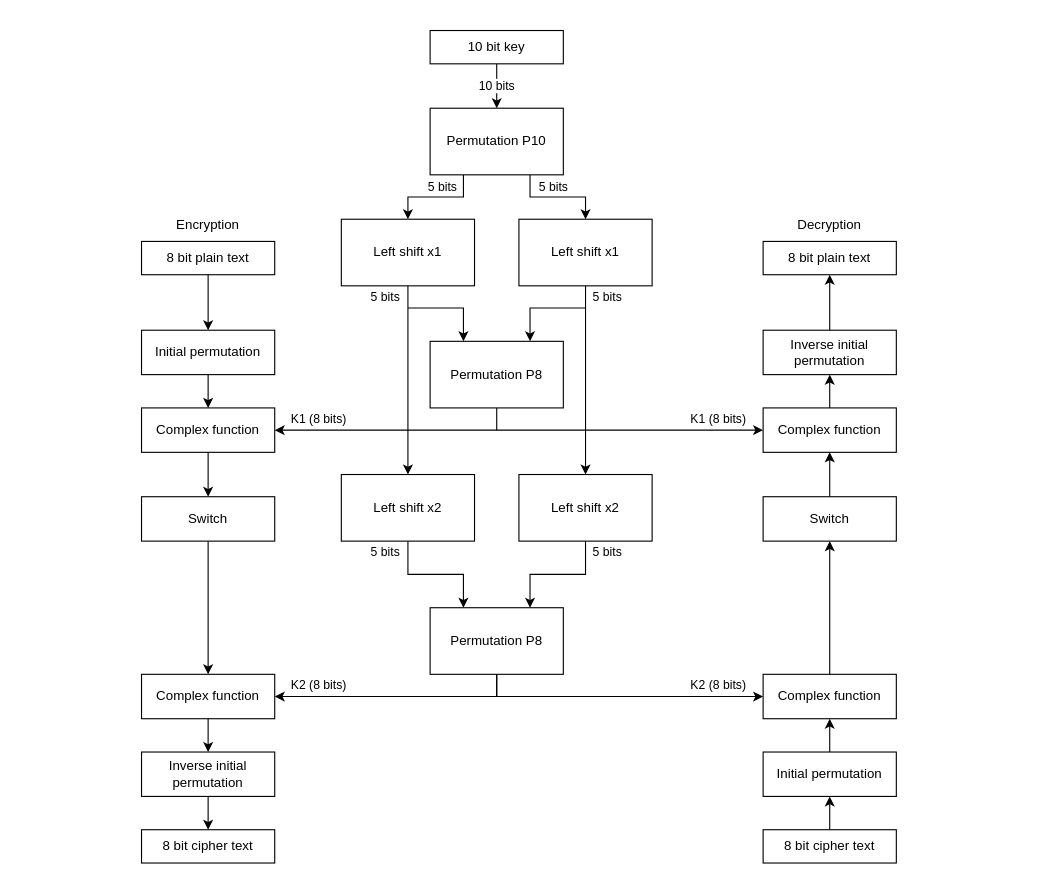
Before: public/img/simpleDesPage/drawio/simpleDes_en.drawio in hejzlzd1/EducrypterUHK, a draw.io diagram. Source tidied: cells renumbered, new cells numbered last; positions are measured from the earlier drawing's top-left corner, leaving out a move shared by most shapes. Both pictures are drawn from the tidied source at 111%, with x=0, y=0 at pixel (141, 30).
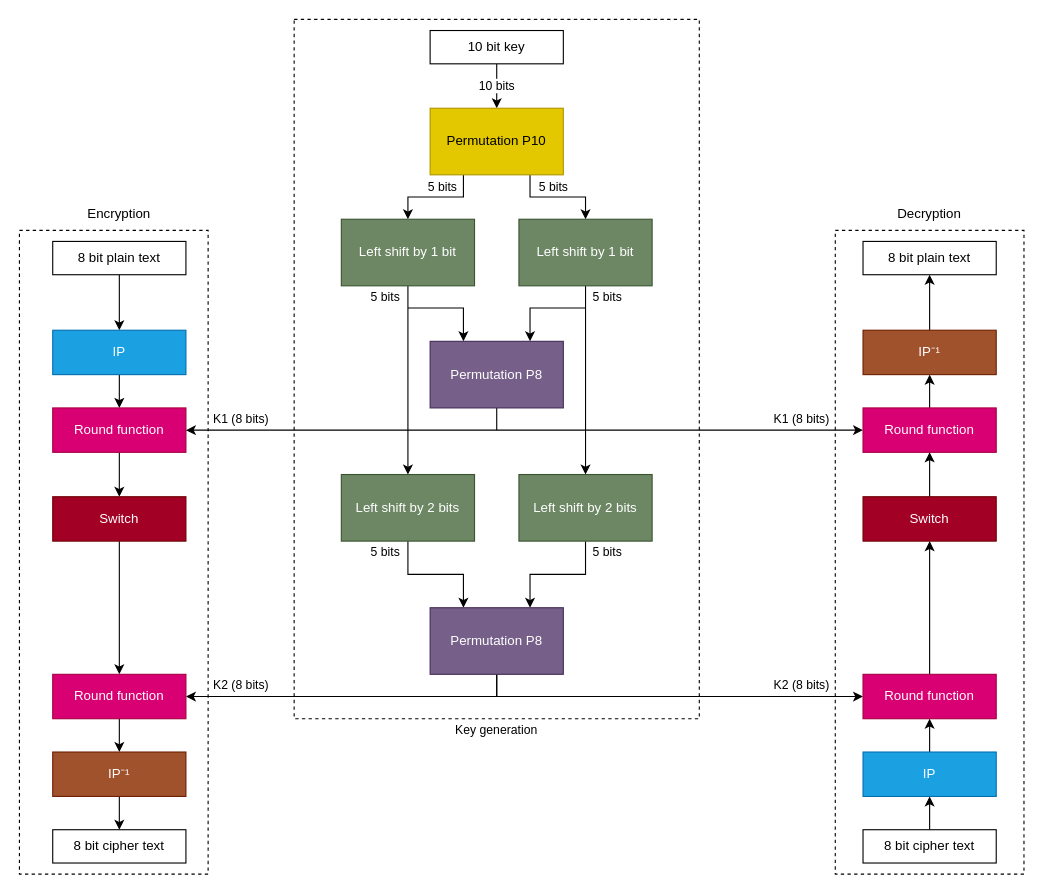
The same diagram, later.

Diff of the diagram source:
```diff
@@
+    <mxCell id="61" style="rounded=0;whiteSpace=wrap;html=1;fillColor=none;dashed=1;" parent="1" vertex="1">
+      <mxGeometry x="-110" y="180" width="170" height="580" as="geometry" />
+    </mxCell>
+    <mxCell id="62" style="rounded=0;whiteSpace=wrap;html=1;fillColor=none;dashed=1;" parent="1" vertex="1">
+      <mxGeometry x="625" y="180" width="170" height="580" as="geometry" />
+    </mxCell>
+    <mxCell id="63" style="rounded=0;whiteSpace=wrap;html=1;fillColor=none;dashed=1;" parent="1" vertex="1">
+      <mxGeometry x="137.5" y="-10" width="365" height="630" as="geometry" />
+    </mxCell>
@@
     <mxCell id="3" value="8 bit plain text" style="rounded=0;whiteSpace=wrap;html=1;" parent="1" vertex="1">
-      <mxGeometry y="190" width="120" height="30" as="geometry" />
+      <mxGeometry x="-80" y="190" width="120" height="30" as="geometry" />
     </mxCell>
@@
-    <mxCell id="5" value="Initial permutation" style="rounded=0;whiteSpace=wrap;html=1;" parent="1" vertex="1">
-      <mxGeometry y="270" width="120" height="40" as="geometry" />
+    <mxCell id="5" value="IP" style="rounded=0;whiteSpace=wrap;html=1;fillColor=#1ba1e2;fontColor=#ffffff;strokeColor=#006EAF;" parent="1" vertex="1">
+      <mxGeometry x="-80" y="270" width="120" height="40" as="geometry" />
     </mxCell>
@@
-    <mxCell id="7" value="Complex function" style="rounded=0;whiteSpace=wrap;html=1;" parent="1" vertex="1">
-      <mxGeometry y="340" width="120" height="40" as="geometry" />
+    <mxCell id="7" value="Round function" style="rounded=0;whiteSpace=wrap;html=1;fillColor=#d80073;fontColor=#ffffff;strokeColor=#A50040;" parent="1" vertex="1">
+      <mxGeometry x="-80" y="340" width="120" height="40" as="geometry" />
     </mxCell>
@@
-    <mxCell id="13" value="Permutation P10" style="rounded=0;whiteSpace=wrap;html=1;" parent="1" vertex="1">
+    <mxCell id="13" value="Permutation P10" style="rounded=0;whiteSpace=wrap;html=1;fillColor=#e3c800;fontColor=#000000;strokeColor=#B09500;" parent="1" vertex="1">
       <mxGeometry x="260" y="70" width="120" height="60" as="geometry" />
     </mxCell>
@@
-    <mxCell id="15" value="Left shift x1" style="rounded=0;whiteSpace=wrap;html=1;" parent="1" vertex="1">
+    <mxCell id="15" value="Left shift by 1 bit" style="rounded=0;whiteSpace=wrap;html=1;fillColor=#6d8764;fontColor=#ffffff;strokeColor=#3A5431;" parent="1" vertex="1">
       <mxGeometry x="180" y="170" width="120" height="60" as="geometry" />
     </mxCell>
@@
-    <mxCell id="17" value="Left shift x1" style="rounded=0;whiteSpace=wrap;html=1;" parent="1" vertex="1">
+    <mxCell id="17" value="Left shift by 1 bit" style="rounded=0;whiteSpace=wrap;html=1;fillColor=#6d8764;fontColor=#ffffff;strokeColor=#3A5431;" parent="1" vertex="1">
       <mxGeometry x="340" y="170" width="120" height="60" as="geometry" />
     </mxCell>
@@
-    <mxCell id="19" value="Permutation P8" style="rounded=0;whiteSpace=wrap;html=1;" parent="1" vertex="1">
+    <mxCell id="19" value="Permutation P8" style="rounded=0;whiteSpace=wrap;html=1;fillColor=#76608a;fontColor=#ffffff;strokeColor=#432D57;" parent="1" vertex="1">
       <mxGeometry x="260" y="280" width="120" height="60" as="geometry" />
     </mxCell>
@@
-    <mxCell id="21" value="Left shift x2" style="rounded=0;whiteSpace=wrap;html=1;" parent="1" vertex="1">
+    <mxCell id="21" value="Left shift by 2 bits" style="rounded=0;whiteSpace=wrap;html=1;fillColor=#6d8764;fontColor=#ffffff;strokeColor=#3A5431;" parent="1" vertex="1">
       <mxGeometry x="180" y="400" width="120" height="60" as="geometry" />
     </mxCell>
@@
-    <mxCell id="23" value="Left shift x2" style="rounded=0;whiteSpace=wrap;html=1;" parent="1" vertex="1">
+    <mxCell id="23" value="Left shift by 2 bits" style="rounded=0;whiteSpace=wrap;html=1;fillColor=#6d8764;fontColor=#ffffff;strokeColor=#3A5431;" parent="1" vertex="1">
       <mxGeometry x="340" y="400" width="120" height="60" as="geometry" />
     </mxCell>
@@
-    <mxCell id="26" value="Permutation P8" style="rounded=0;whiteSpace=wrap;html=1;" parent="1" vertex="1">
+    <mxCell id="26" value="Permutation P8" style="rounded=0;whiteSpace=wrap;html=1;fillColor=#76608a;fontColor=#ffffff;strokeColor=#432D57;" parent="1" vertex="1">
       <mxGeometry x="260" y="520" width="120" height="60" as="geometry" />
     </mxCell>
@@
-    <mxCell id="28" value="Switch" style="rounded=0;whiteSpace=wrap;html=1;" parent="1" vertex="1">
-      <mxGeometry y="420" width="120" height="40" as="geometry" />
+    <mxCell id="28" value="Switch" style="rounded=0;whiteSpace=wrap;html=1;fillColor=#a20025;fontColor=#ffffff;strokeColor=#6F0000;" parent="1" vertex="1">
+      <mxGeometry x="-80" y="420" width="120" height="40" as="geometry" />
     </mxCell>
@@
-    <mxCell id="30" value="Complex function" style="rounded=0;whiteSpace=wrap;html=1;" parent="1" vertex="1">
-      <mxGeometry y="580" width="120" height="40" as="geometry" />
+    <mxCell id="30" value="Round function" style="rounded=0;whiteSpace=wrap;html=1;fillColor=#d80073;fontColor=#ffffff;strokeColor=#A50040;" parent="1" vertex="1">
+      <mxGeometry x="-80" y="580" width="120" height="40" as="geometry" />
     </mxCell>
@@
-    <mxCell id="32" value="Inverse initial permutation" style="rounded=0;whiteSpace=wrap;html=1;" parent="1" vertex="1">
-      <mxGeometry y="650" width="120" height="40" as="geometry" />
+    <mxCell id="32" value="IP⁻¹" style="rounded=0;whiteSpace=wrap;html=1;fillColor=#a0522d;fontColor=#ffffff;strokeColor=#6D1F00;" parent="1" vertex="1">
+      <mxGeometry x="-80" y="650" width="120" height="40" as="geometry" />
     </mxCell>
     <mxCell id="33" value="8 bit cipher text" style="rounded=0;whiteSpace=wrap;html=1;" parent="1" vertex="1">
-      <mxGeometry y="720" width="120" height="30" as="geometry" />
+      <mxGeometry x="-80" y="720" width="120" height="30" as="geometry" />
     </mxCell>
@@
     <mxCell id="38" value="8 bit plain text" style="rounded=0;whiteSpace=wrap;html=1;" parent="1" vertex="1">
-      <mxGeometry x="560" y="190" width="120" height="30" as="geometry" />
+      <mxGeometry x="650" y="190" width="120" height="30" as="geometry" />
     </mxCell>
@@
-    <mxCell id="40" value="Inverse initial permutation" style="rounded=0;whiteSpace=wrap;html=1;" parent="1" vertex="1">
-      <mxGeometry x="560" y="270" width="120" height="40" as="geometry" />
+    <mxCell id="40" value="IP⁻¹" style="rounded=0;whiteSpace=wrap;html=1;fillColor=#a0522d;fontColor=#ffffff;strokeColor=#6D1F00;" parent="1" vertex="1">
+      <mxGeometry x="650" y="270" width="120" height="40" as="geometry" />
     </mxCell>
@@
-    <mxCell id="42" value="Complex function" style="rounded=0;whiteSpace=wrap;html=1;" parent="1" vertex="1">
-      <mxGeometry x="560" y="340" width="120" height="40" as="geometry" />
+    <mxCell id="42" value="Round function" style="rounded=0;whiteSpace=wrap;html=1;fillColor=#d80073;fontColor=#ffffff;strokeColor=#A50040;" parent="1" vertex="1">
+      <mxGeometry x="650" y="340" width="120" height="40" as="geometry" />
     </mxCell>
@@
-    <mxCell id="44" value="Switch" style="rounded=0;whiteSpace=wrap;html=1;" parent="1" vertex="1">
-      <mxGeometry x="560" y="420" width="120" height="40" as="geometry" />
+    <mxCell id="44" value="Switch" style="rounded=0;whiteSpace=wrap;html=1;fillColor=#a20025;fontColor=#ffffff;strokeColor=#6F0000;" parent="1" vertex="1">
+      <mxGeometry x="650" y="420" width="120" height="40" as="geometry" />
     </mxCell>
@@
-    <mxCell id="46" value="Complex function" style="rounded=0;whiteSpace=wrap;html=1;" parent="1" vertex="1">
-      <mxGeometry x="560" y="580" width="120" height="40" as="geometry" />
+    <mxCell id="46" value="Round function" style="rounded=0;whiteSpace=wrap;html=1;fillColor=#d80073;fontColor=#ffffff;strokeColor=#A50040;" parent="1" vertex="1">
+      <mxGeometry x="650" y="580" width="120" height="40" as="geometry" />
     </mxCell>
@@
-    <mxCell id="48" value="Initial permutation" style="rounded=0;whiteSpace=wrap;html=1;" parent="1" vertex="1">
-      <mxGeometry x="560" y="650" width="120" height="40" as="geometry" />
+    <mxCell id="48" value="IP" style="rounded=0;whiteSpace=wrap;html=1;fillColor=#1ba1e2;fontColor=#ffffff;strokeColor=#006EAF;" parent="1" vertex="1">
+      <mxGeometry x="650" y="650" width="120" height="40" as="geometry" />
     </mxCell>
@@
     <mxCell id="50" value="8 bit cipher text" style="rounded=0;whiteSpace=wrap;html=1;" parent="1" vertex="1">
-      <mxGeometry x="560" y="720" width="120" height="30" as="geometry" />
+      <mxGeometry x="650" y="720" width="120" height="30" as="geometry" />
     </mxCell>
     <mxCell id="51" value="&lt;font style=&quot;font-size: 11px;&quot;&gt;K1 (8 bits)&lt;/font&gt;" style="text;html=1;strokeColor=none;fillColor=none;align=center;verticalAlign=middle;whiteSpace=wrap;rounded=0;" parent="1" vertex="1">
-      <mxGeometry x="130" y="340" width="60" height="20" as="geometry" />
+      <mxGeometry x="60" y="340" width="60" height="20" as="geometry" />
     </mxCell>
@@
     <mxCell id="54" value="&lt;font style=&quot;font-size: 11px;&quot;&gt;K1 (8 bits)&lt;/font&gt;" style="text;html=1;strokeColor=none;fillColor=none;align=center;verticalAlign=middle;whiteSpace=wrap;rounded=0;" parent="1" vertex="1">
-      <mxGeometry x="490" y="340" width="60" height="20" as="geometry" />
+      <mxGeometry x="565" y="340" width="60" height="20" as="geometry" />
     </mxCell>
     <mxCell id="55" value="&lt;font style=&quot;font-size: 11px;&quot;&gt;K2 (8 bits)&lt;/font&gt;" style="text;html=1;strokeColor=none;fillColor=none;align=center;verticalAlign=middle;whiteSpace=wrap;rounded=0;" parent="1" vertex="1">
-      <mxGeometry x="130" y="580" width="60" height="20" as="geometry" />
+      <mxGeometry x="60" y="580" width="60" height="20" as="geometry" />
     </mxCell>
     <mxCell id="56" value="&lt;font style=&quot;font-size: 11px;&quot;&gt;K2 (8 bits)&lt;/font&gt;" style="text;html=1;strokeColor=none;fillColor=none;align=center;verticalAlign=middle;whiteSpace=wrap;rounded=0;" parent="1" vertex="1">
-      <mxGeometry x="490" y="580" width="60" height="20" as="geometry" />
+      <mxGeometry x="565" y="580" width="60" height="20" as="geometry" />
     </mxCell>
@@
     <mxCell id="59" value="Encryption" style="text;html=1;strokeColor=none;fillColor=none;align=center;verticalAlign=middle;whiteSpace=wrap;rounded=0;" parent="1" vertex="1">
-      <mxGeometry x="30" y="160" width="60" height="30" as="geometry" />
+      <mxGeometry x="-50" y="150" width="60" height="30" as="geometry" />
     </mxCell>
     <mxCell id="60" value="Decryption" style="text;html=1;strokeColor=none;fillColor=none;align=center;verticalAlign=middle;whiteSpace=wrap;rounded=0;" parent="1" vertex="1">
-      <mxGeometry x="590" y="160" width="60" height="30" as="geometry" />
+      <mxGeometry x="680" y="150" width="60" height="30" as="geometry" />
     </mxCell>
+    <mxCell id="64" value="&lt;font style=&quot;font-size: 11px;&quot;&gt;Key generation&lt;/font&gt;" style="text;html=1;strokeColor=none;fillColor=none;align=center;verticalAlign=middle;whiteSpace=wrap;rounded=0;" parent="1" vertex="1">
+      <mxGeometry x="265" y="620" width="110" height="20" as="geometry" />
+    </mxCell>
```
